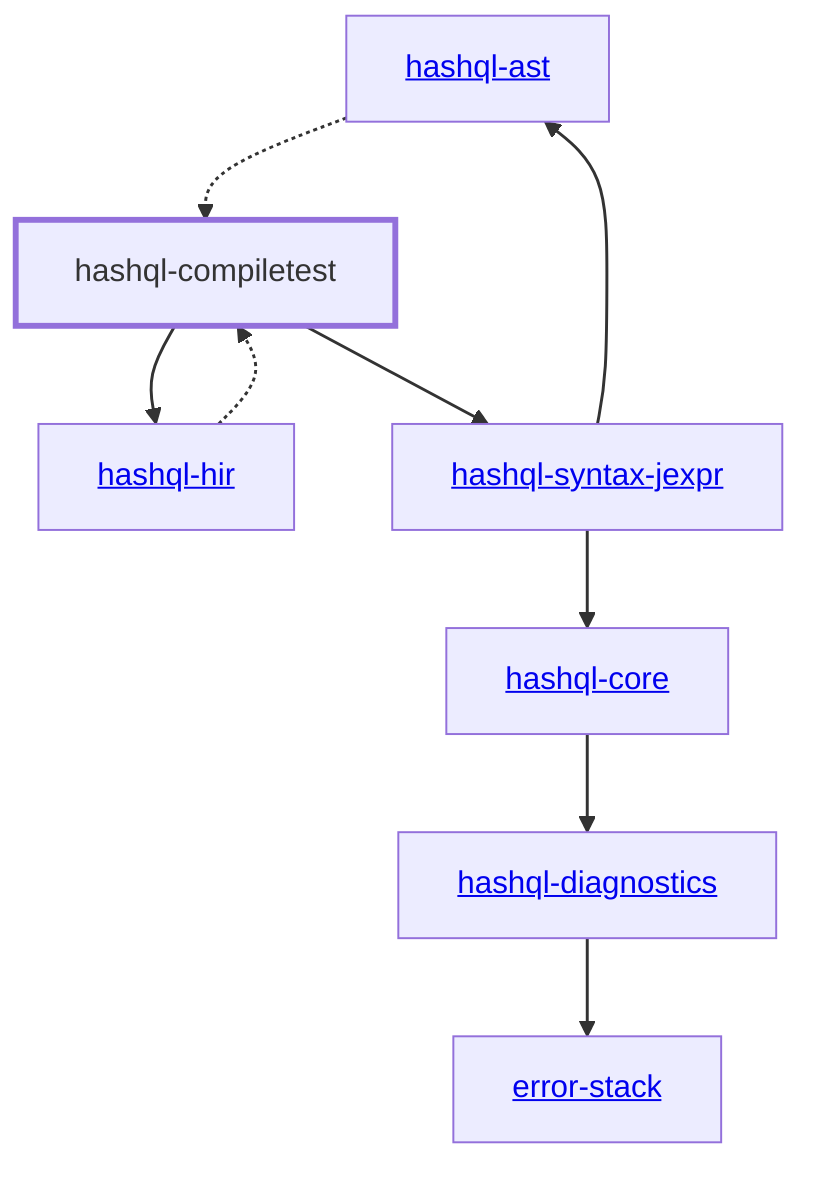
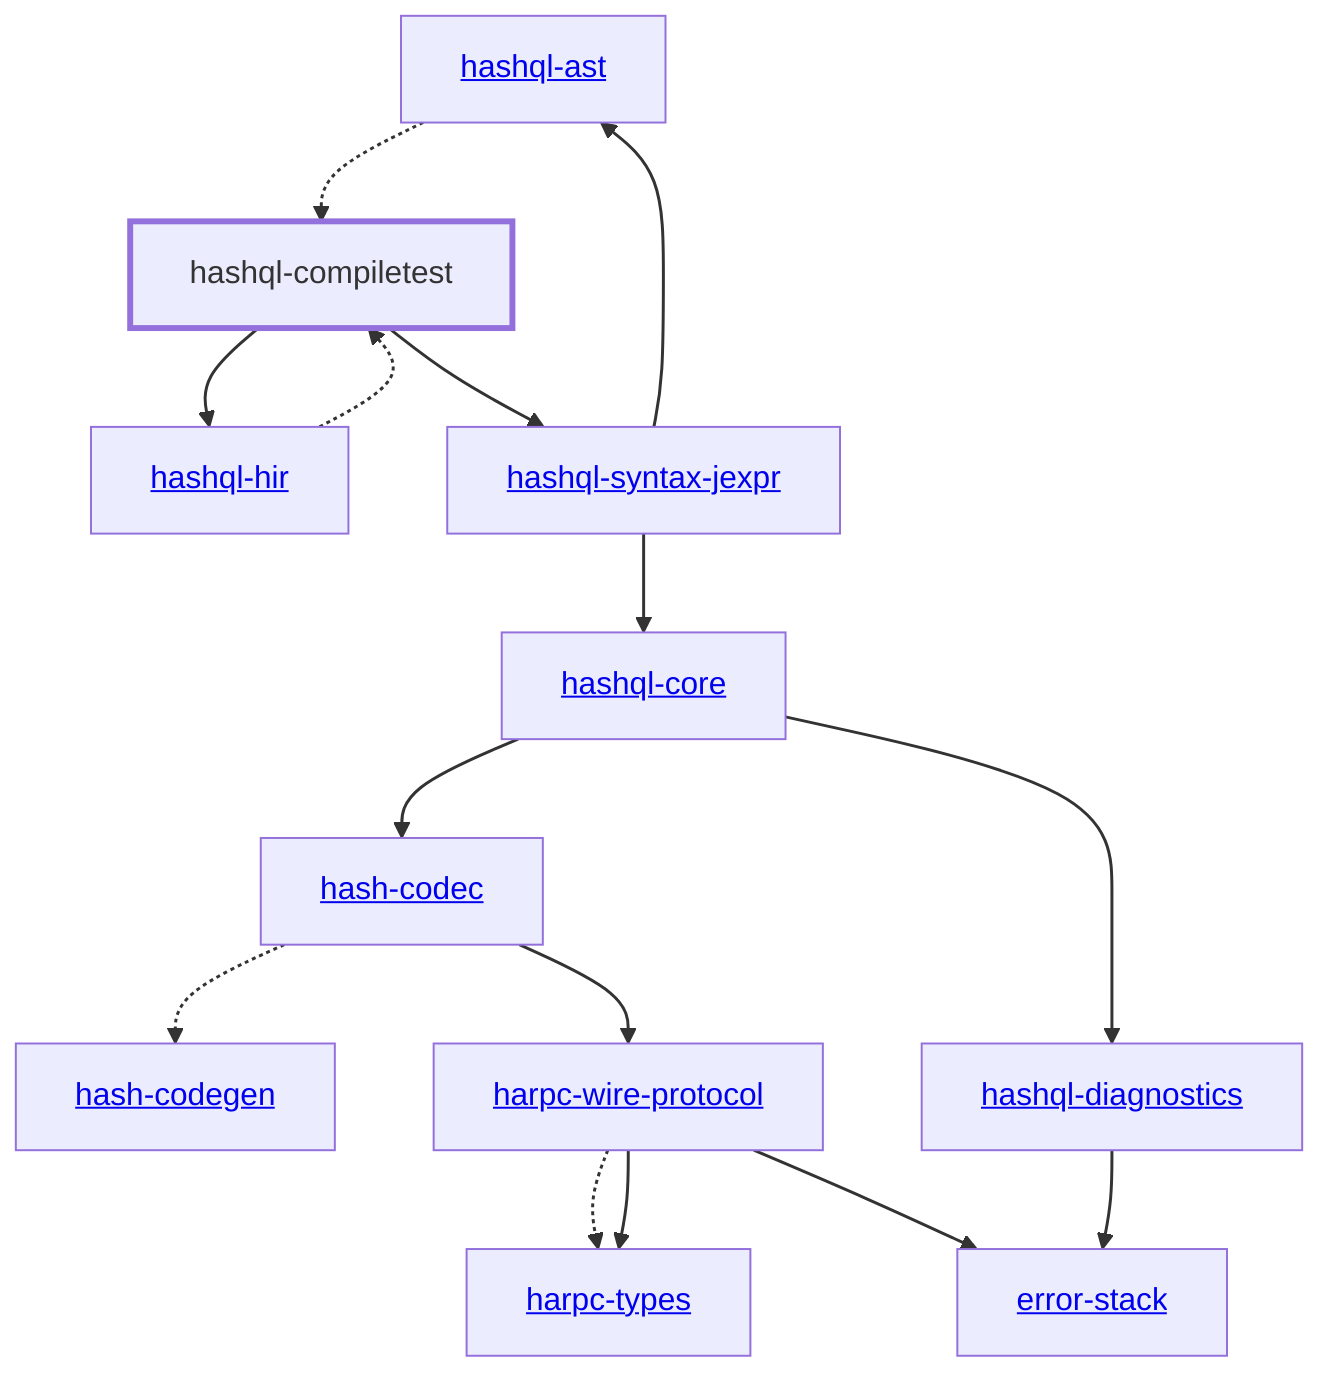
graph TD
    linkStyle default stroke-width:1.5px
    classDef default stroke-width:1px
    classDef root stroke-width:3px
    classDef dev stroke-width:1px
    classDef build stroke-width:1px
    %% Legend
    %% --> : Normal dependency
    %% -.-> : Dev dependency
    %% ---> : Build dependency
-     0[<a href="../hashql_ast">hashql-ast</a>]
-     1[hashql-compiletest]
-     class 1 root
-     2[<a href="../hashql_core">hashql-core</a>]
-     3[<a href="../hashql_diagnostics">hashql-diagnostics</a>]
-     4[<a href="../hashql_hir">hashql-hir</a>]
-     5[<a href="../hashql_syntax_jexpr">hashql-syntax-jexpr</a>]
-     6[<a href="../error_stack">error-stack</a>]
+     0[<a href="../hash_codec">hash-codec</a>]
+     1[<a href="../hash_codegen">hash-codegen</a>]
+     2[<a href="../harpc_types">harpc-types</a>]
+     3[<a href="../harpc_wire_protocol">harpc-wire-protocol</a>]
+     4[<a href="../hashql_ast">hashql-ast</a>]
+     5[hashql-compiletest]
+     class 5 root
+     6[<a href="../hashql_core">hashql-core</a>]
+     7[<a href="../hashql_diagnostics">hashql-diagnostics</a>]
+     8[<a href="../hashql_hir">hashql-hir</a>]
+     9[<a href="../hashql_syntax_jexpr">hashql-syntax-jexpr</a>]
+     10[<a href="../error_stack">error-stack</a>]
    0 -.-> 1
-     1 --> 4
-     1 --> 5
-     2 --> 3
-     3 --> 6
-     4 -.-> 1
-     5 --> 0
-     5 --> 2
+     0 --> 3
+     3 -.-> 2
+     3 --> 2
+     3 --> 10
+     4 -.-> 5
+     5 --> 8
+     5 --> 9
+     6 --> 0
+     6 --> 7
+     7 --> 10
+     8 -.-> 5
+     9 --> 4
+     9 --> 6
